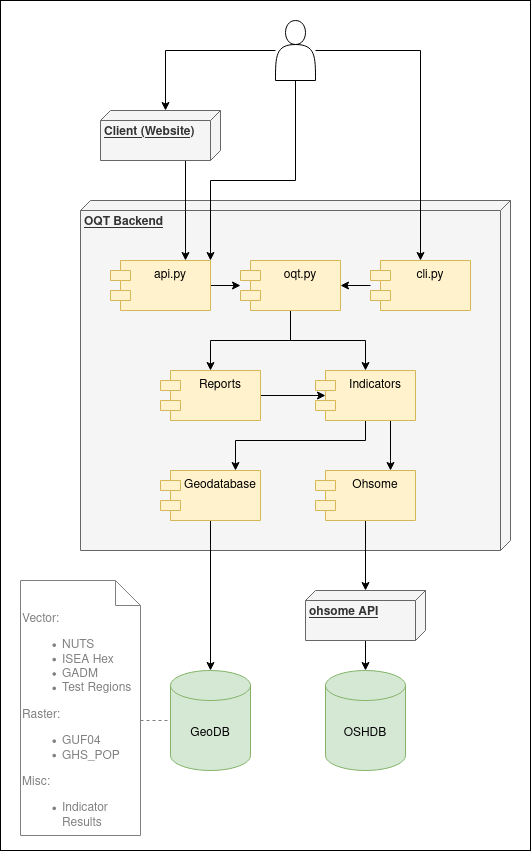
This is docs/img/UML-Component-Diagram.png from GIScience/ohsome-quality-api, a draw.io export, as it was before one commit. Source tidied: cells renumbered, new cells last; positions are measured from the earlier drawing's top-left corner, leaving out a move shared by most shapes.
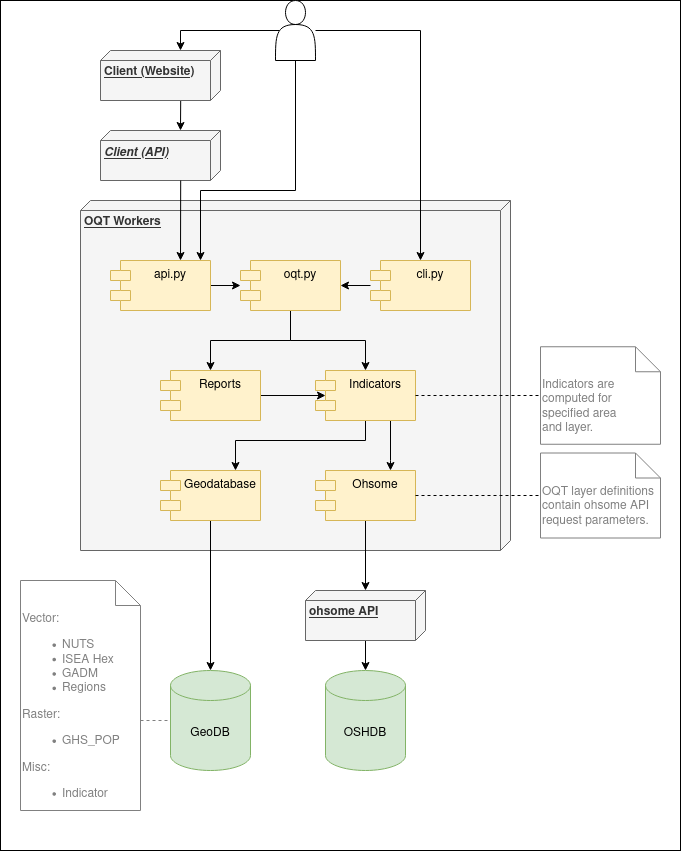
After the commit.

Change to the diagram source:
```diff
@@ -3,9 +3,9 @@
     <mxCell id="0" />
     <mxCell id="1" parent="0" />
     <mxCell id="2" style="rounded=0;whiteSpace=wrap;html=1;" parent="1" vertex="1">
-      <mxGeometry width="530" height="850" as="geometry" />
+      <mxGeometry width="680" height="850" as="geometry" />
     </mxCell>
-    <mxCell id="3" value="&lt;b&gt;OQT Backend&lt;/b&gt;" style="verticalAlign=top;align=left;spacingTop=8;spacingLeft=2;spacingRight=12;shape=cube;size=10;direction=south;fontStyle=4;html=1;fillColor=#f5f5f5;strokeColor=#666666;fontColor=#333333;" parent="1" vertex="1">
+    <mxCell id="3" value="&lt;b&gt;OQT Workers&lt;br&gt;&lt;/b&gt;" style="verticalAlign=top;align=left;spacingTop=8;spacingLeft=2;spacingRight=12;shape=cube;size=10;direction=south;fontStyle=4;html=1;fillColor=#f5f5f5;strokeColor=#666666;fontColor=#333333;" parent="1" vertex="1">
       <mxGeometry x="80" y="200" width="430" height="350" as="geometry" />
     </mxCell>
     <mxCell id="4" style="edgeStyle=orthogonalEdgeStyle;rounded=0;jettySize=auto;html=1;" parent="1" edge="1" source="5" target="8">
@@ -54,28 +54,37 @@
     <mxCell id="15" value="Indicators" style="shape=module;align=left;spacingLeft=20;align=center;verticalAlign=top;fillColor=#fff2cc;strokeColor=#d6b656;" parent="1" vertex="1">
       <mxGeometry x="315" y="370" width="100" height="50" as="geometry" />
     </mxCell>
-    <mxCell id="16" style="edgeStyle=orthogonalEdgeStyle;rounded=0;jettySize=auto;html=1;entryX=0;entryY=0;entryDx=0;entryDy=55;entryPerimeter=0;" parent="1" edge="1" source="19" target="21">
-      <mxGeometry relative="1" as="geometry" />
+    <mxCell id="16" style="edgeStyle=orthogonalEdgeStyle;rounded=0;jettySize=auto;html=1;entryX=0;entryY=0;entryDx=0;entryDy=55;entryPerimeter=0;exitX=0.9;exitY=0.5;exitDx=0;exitDy=0;exitPerimeter=0;" parent="1" edge="1" source="19">
+      <mxGeometry relative="1" as="geometry">
+        <mxPoint x="180" y="50" as="targetPoint" />
+        <Array as="points">
+          <mxPoint x="180" y="30" />
+        </Array>
+      </mxGeometry>
     </mxCell>
     <mxCell id="17" style="edgeStyle=orthogonalEdgeStyle;rounded=0;jettySize=auto;html=1;" parent="1" edge="1" source="19" target="10">
       <mxGeometry relative="1" as="geometry" />
     </mxCell>
-    <mxCell id="18" style="edgeStyle=orthogonalEdgeStyle;rounded=0;jettySize=auto;html=1;exitX=0.5;exitY=1;exitDx=0;exitDy=0;entryX=1;entryY=0;entryDx=0;entryDy=0;" parent="1" edge="1" source="19" target="5">
+    <mxCell id="18" style="edgeStyle=orthogonalEdgeStyle;rounded=0;jettySize=auto;html=1;exitX=0.5;exitY=1;exitDx=0;exitDy=0;entryX=1;entryY=0;entryDx=0;entryDy=0;" parent="1" edge="1" source="19">
       <mxGeometry relative="1" as="geometry">
+        <mxPoint x="200" y="260" as="targetPoint" />
         <Array as="points">
-          <mxPoint x="295" y="180" />
-          <mxPoint x="210" y="180" />
+          <mxPoint x="295" y="190" />
+          <mxPoint x="200" y="190" />
         </Array>
       </mxGeometry>
     </mxCell>
     <mxCell id="19" style="shape=actor;whiteSpace=wrap;html=1;flipH=1;" parent="1" vertex="1">
-      <mxGeometry x="275" y="20" width="40" height="60" as="geometry" />
+      <mxGeometry x="275" width="40" height="60" as="geometry" />
     </mxCell>
-    <mxCell id="20" style="rounded=0;jettySize=auto;html=1;entryX=0.75;entryY=0;entryDx=0;entryDy=0;edgeStyle=elbowEdgeStyle;" parent="1" edge="1" source="21" target="5">
-      <mxGeometry relative="1" as="geometry" />
+    <mxCell id="20" style="rounded=0;orthogonalLoop=1;jettySize=auto;html=1;edgeStyle=elbowEdgeStyle;" parent="1" edge="1">
+      <mxGeometry relative="1" as="geometry">
+        <mxPoint x="180.2" y="100" as="sourcePoint" />
+        <mxPoint x="180.2" y="130" as="targetPoint" />
+      </mxGeometry>
     </mxCell>
     <mxCell id="21" value="&lt;b&gt;Client (Website)&lt;/b&gt;" style="verticalAlign=top;align=left;spacingTop=8;spacingLeft=2;spacingRight=12;shape=cube;size=10;direction=south;fontStyle=4;html=1;fillColor=#f5f5f5;strokeColor=#666666;fontColor=#333333;" parent="1" vertex="1">
-      <mxGeometry x="100" y="110" width="120" height="50" as="geometry" />
+      <mxGeometry x="100" y="50" width="120" height="50" as="geometry" />
     </mxCell>
     <mxCell id="22" value="OSHDB" style="shape=cylinder3;whiteSpace=wrap;html=1;boundedLbl=1;backgroundOutline=1;size=15;strokeColor=#82b366;fillColor=#d5e8d4;" parent="1" vertex="1">
       <mxGeometry x="325" y="670" width="80" height="100" as="geometry" />
@@ -104,8 +113,29 @@
     <mxCell id="30" style="edgeStyle=orthogonalEdgeStyle;rounded=0;jettySize=auto;html=1;exitX=0;exitY=0;exitDx=120;exitDy=140;exitPerimeter=0;entryX=0;entryY=0.5;entryDx=0;entryDy=0;entryPerimeter=0;fontColor=#808080;endArrow=none;endFill=0;dashed=1;strokeColor=#808080;" parent="1" edge="1" source="31" target="26">
       <mxGeometry relative="1" as="geometry" />
     </mxCell>
-    <mxCell id="31" value="Vector:&lt;ul&gt;&lt;li&gt;NUTS&lt;/li&gt;&lt;li&gt;ISEA Hex&lt;/li&gt;&lt;li&gt;GADM&lt;/li&gt;&lt;li&gt;Test Regions&lt;/li&gt;&lt;/ul&gt;Raster:&lt;ul&gt;&lt;li&gt;GUF04&lt;/li&gt;&lt;li&gt;GHS_POP&lt;/li&gt;&lt;/ul&gt;&lt;div&gt;Misc:&lt;/div&gt;&lt;div&gt;&lt;ul&gt;&lt;li&gt;Indicator Results&lt;/li&gt;&lt;/ul&gt;&lt;/div&gt;" style="shape=note2;boundedLbl=1;whiteSpace=wrap;html=1;size=25;verticalAlign=top;align=left;strokeColor=#808080;fontColor=#808080;" parent="1" vertex="1">
-      <mxGeometry x="20" y="580" width="120" height="255" as="geometry" />
+    <mxCell id="31" value="Vector:&lt;ul&gt;&lt;li&gt;NUTS&lt;/li&gt;&lt;li&gt;ISEA Hex&lt;/li&gt;&lt;li&gt;GADM&lt;/li&gt;&lt;li&gt;Regions&lt;/li&gt;&lt;/ul&gt;Raster:&lt;br&gt;&lt;ul&gt;&lt;li&gt;GHS_POP&lt;/li&gt;&lt;/ul&gt;&lt;div&gt;Misc:&lt;/div&gt;&lt;div&gt;&lt;ul&gt;&lt;li&gt;Indicator&lt;br&gt;&lt;/li&gt;&lt;/ul&gt;&lt;/div&gt;" style="shape=note2;boundedLbl=1;whiteSpace=wrap;html=1;size=25;verticalAlign=top;align=left;strokeColor=#808080;fontColor=#808080;" parent="1" vertex="1">
+      <mxGeometry x="20" y="580" width="120" height="230" as="geometry" />
     </mxCell>
+    <mxCell id="32" value="&lt;i&gt;&lt;b&gt;Client (API)&lt;/b&gt;&lt;/i&gt;" style="verticalAlign=top;align=left;spacingTop=8;spacingLeft=2;spacingRight=12;shape=cube;size=10;direction=south;fontStyle=4;html=1;fillColor=#f5f5f5;strokeColor=#666666;fontColor=#333333;" parent="1" vertex="1">
+      <mxGeometry x="100" y="130" width="120" height="50" as="geometry" />
+    </mxCell>
+    <mxCell id="33" style="rounded=0;orthogonalLoop=1;jettySize=auto;html=1;edgeStyle=elbowEdgeStyle;" parent="1" edge="1">
+      <mxGeometry relative="1" as="geometry">
+        <mxPoint x="180.2" y="180" as="sourcePoint" />
+        <mxPoint x="180.2" y="260" as="targetPoint" />
+      </mxGeometry>
+    </mxCell>
+    <mxCell id="34" value="&lt;div&gt;OQT layer definitions contain ohsome API request parameters.&lt;/div&gt;&lt;div&gt;&lt;br&gt;&lt;/div&gt;" style="shape=note2;boundedLbl=1;whiteSpace=wrap;html=1;size=25;verticalAlign=top;align=left;strokeColor=#808080;fontColor=#808080;" parent="1" vertex="1">
+      <mxGeometry x="540" y="452.5" width="120" height="85" as="geometry" />
+    </mxCell>
+    <mxCell id="35" style="endArrow=none;dashed=1;html=1;exitX=1;exitY=0.5;exitDx=0;exitDy=0;" parent="1" edge="1" source="27" target="34">
+      <mxGeometry relative="1" as="geometry" />
+    </mxCell>
+    <mxCell id="36" value="&lt;div&gt;Indicators are computed for specified area&lt;br&gt; and layer.&lt;br&gt;&lt;/div&gt;&lt;div&gt;&lt;br&gt;&lt;/div&gt;" style="shape=note2;boundedLbl=1;whiteSpace=wrap;html=1;size=25;verticalAlign=top;align=left;strokeColor=#808080;fontColor=#808080;" parent="1" vertex="1">
+      <mxGeometry x="540" y="346.2" width="120" height="97.5" as="geometry" />
+    </mxCell>
+    <mxCell id="37" style="endArrow=none;dashed=1;html=1;exitX=1;exitY=0.5;exitDx=0;exitDy=0;" parent="1" edge="1" source="15" target="36">
+      <mxGeometry relative="1" as="geometry" />
+    </mxCell>
   </root>
 </mxGraphModel>
```
